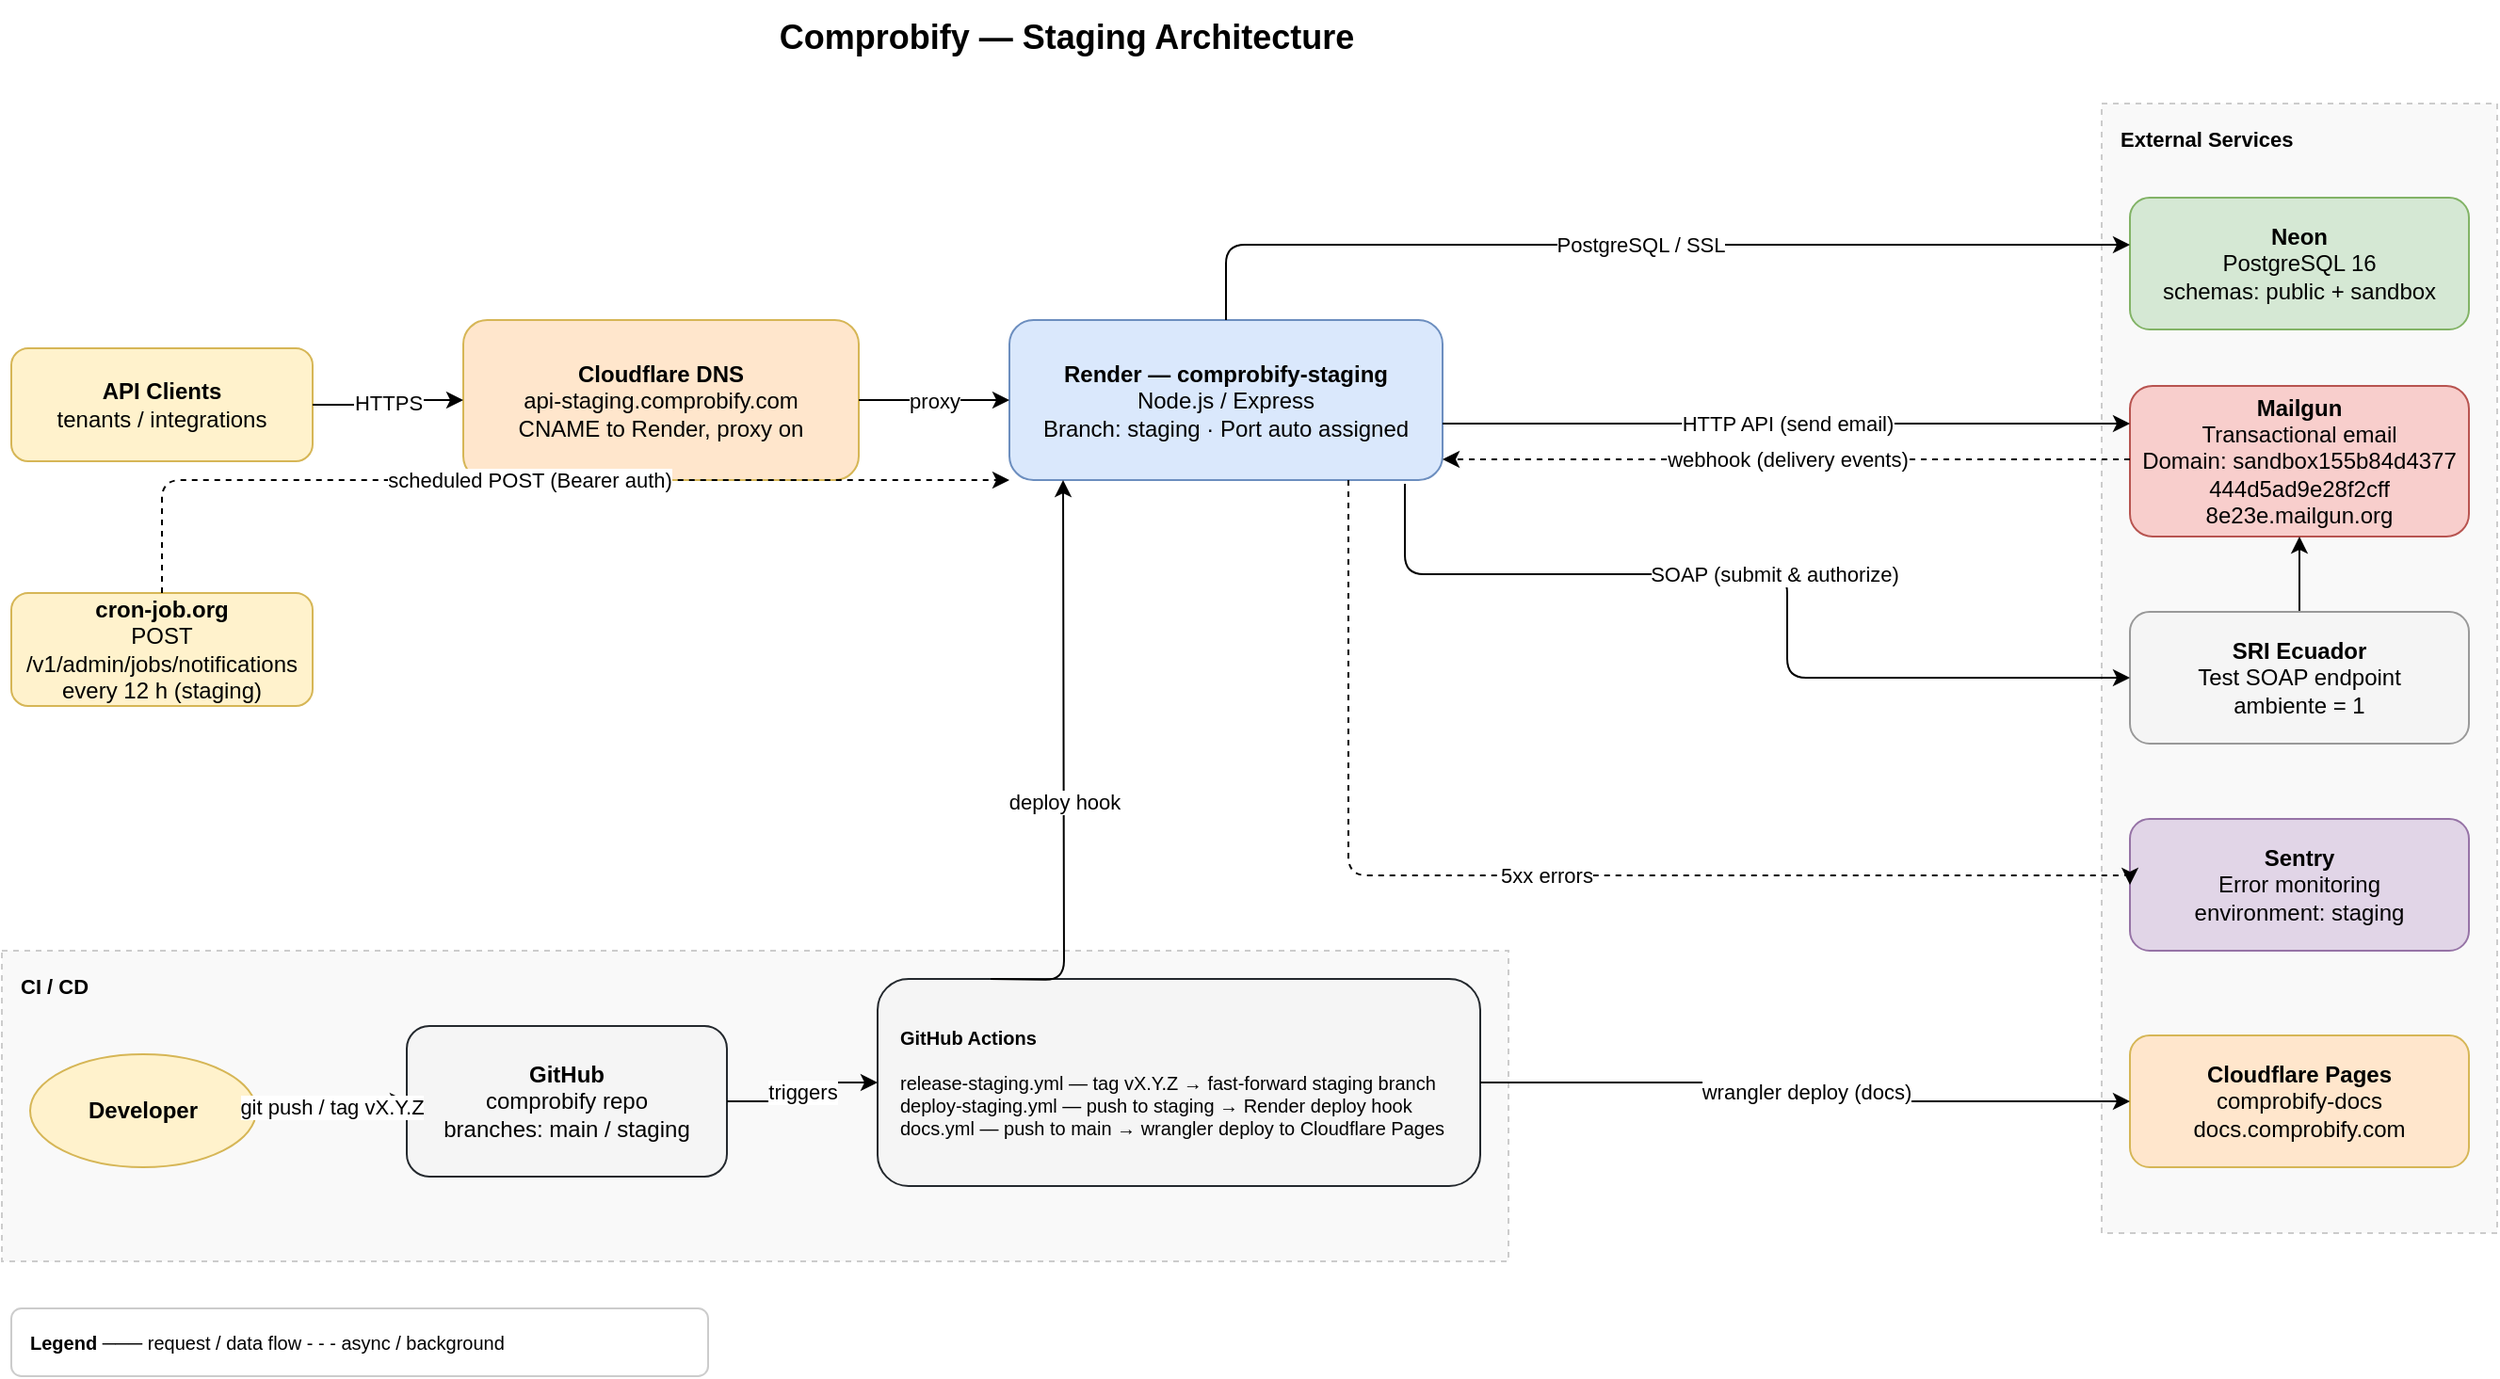
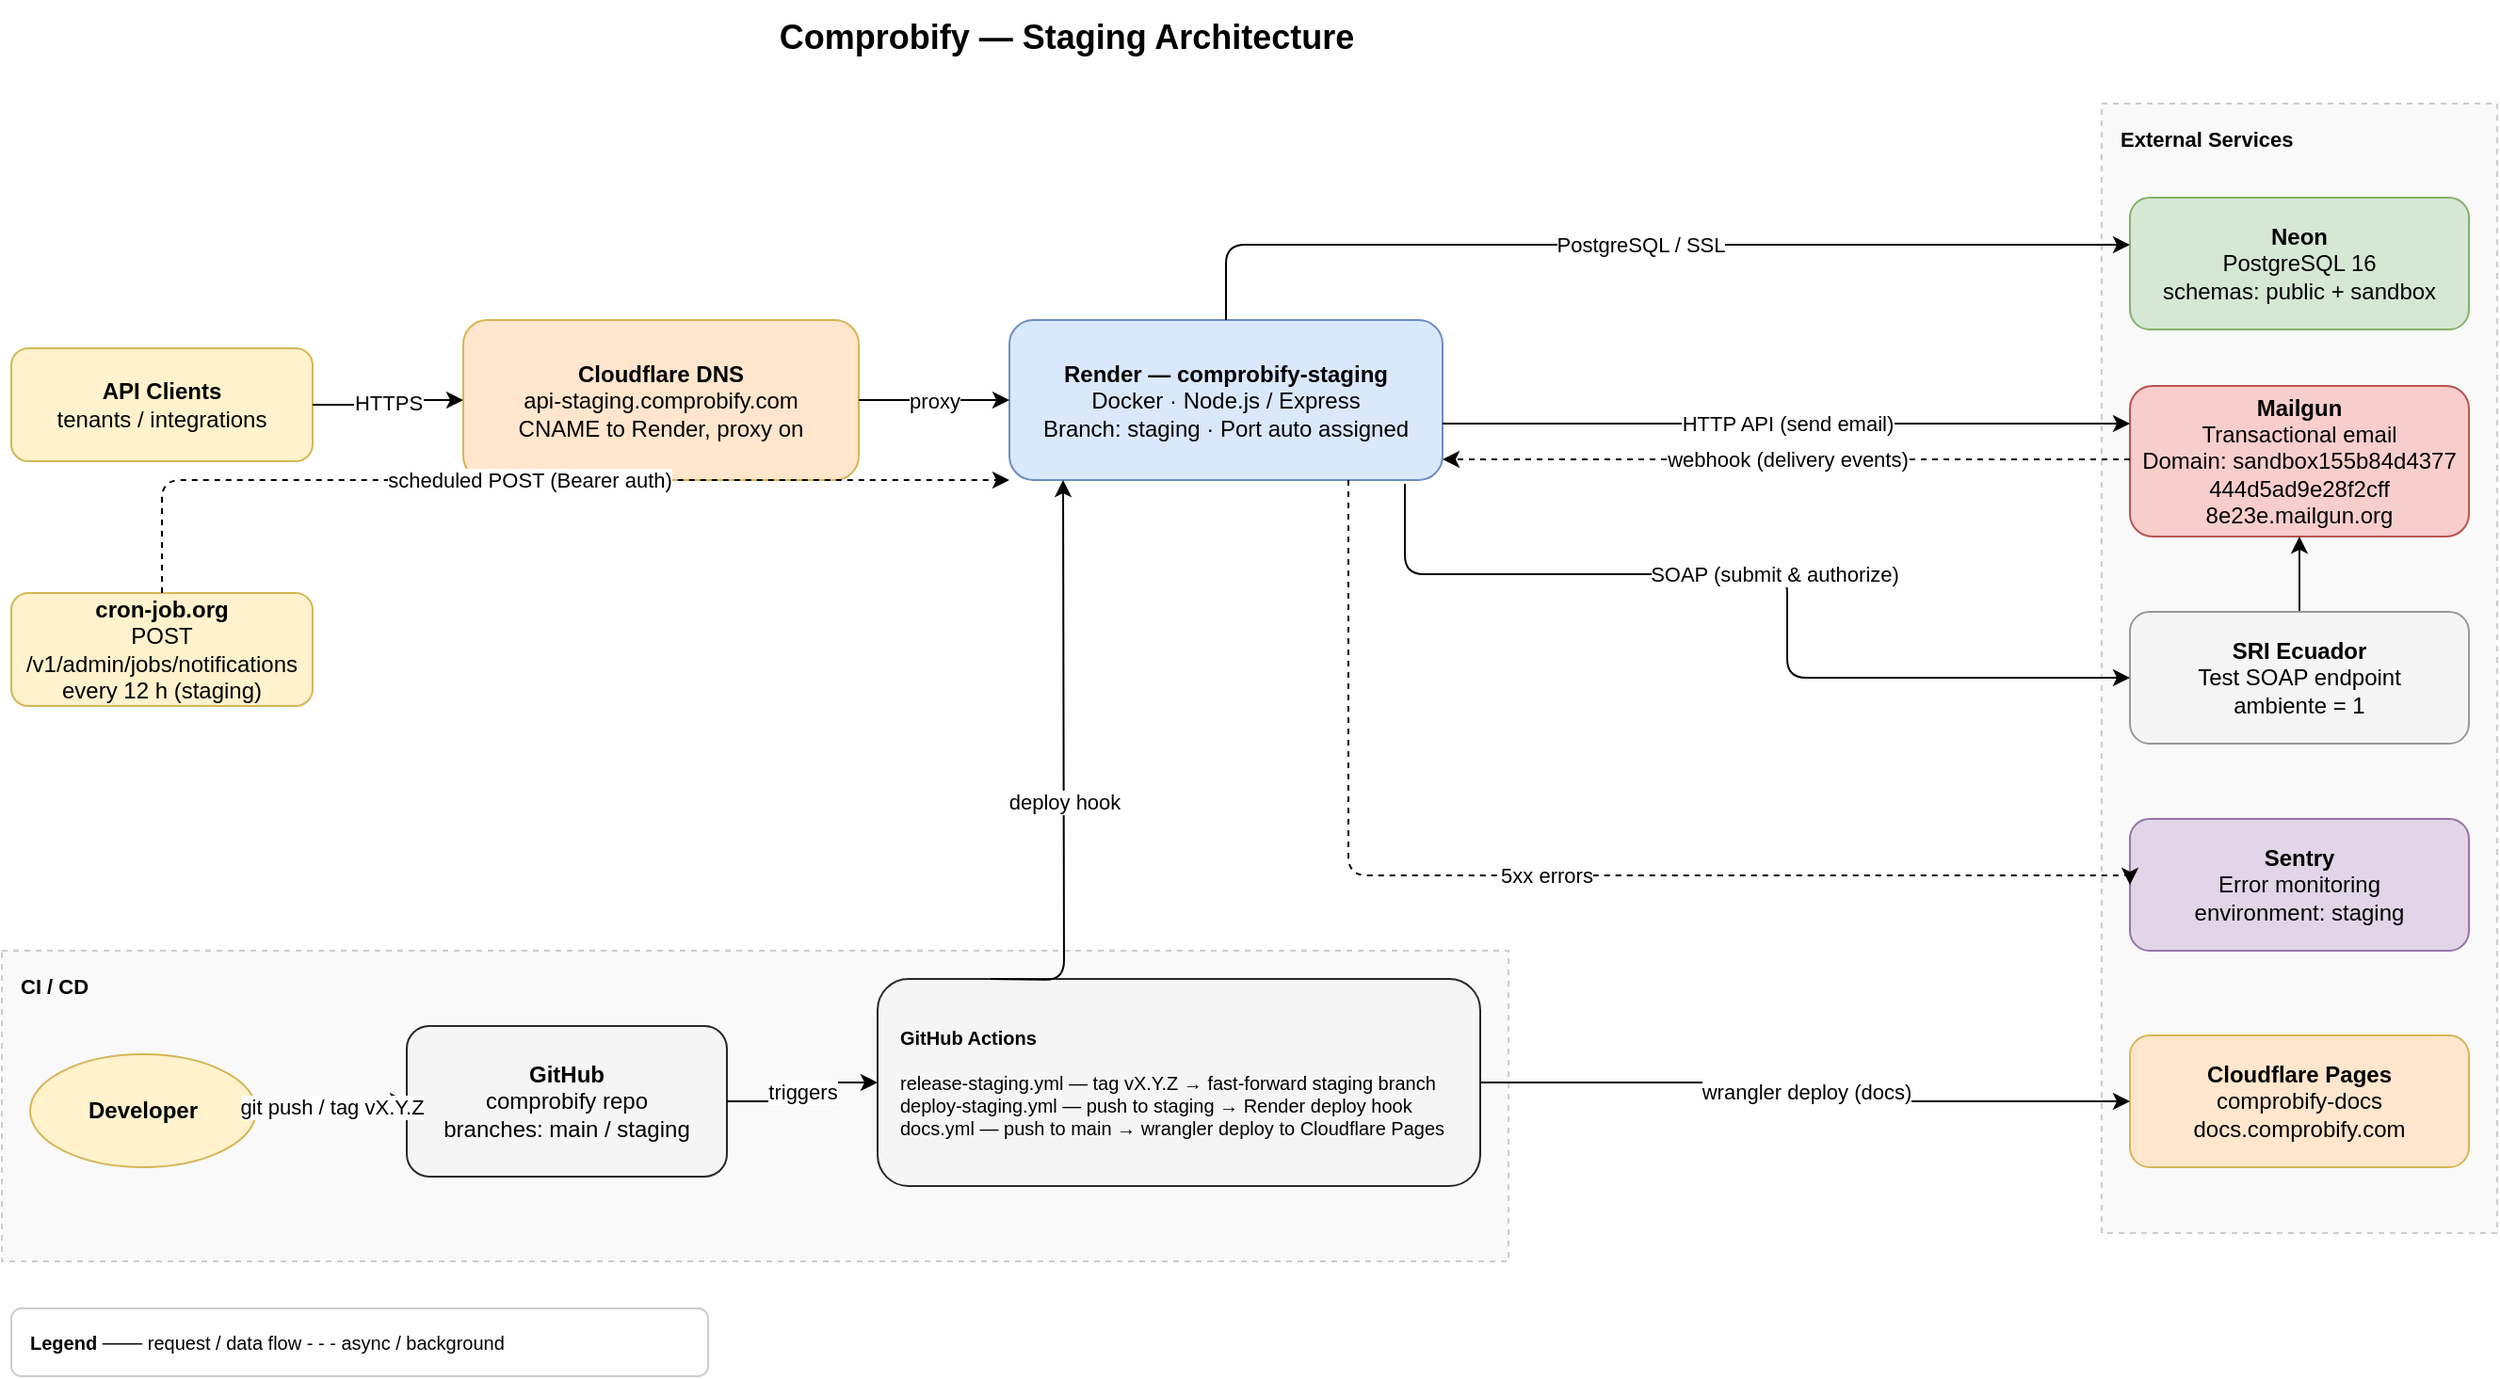
<mxfile host="app.diagrams.net">
  <diagram name="Staging Architecture" id="7UkjYN3cqqxy8C60ASo-">
    <mxGraphModel grid="1" page="1" gridSize="10" guides="1" tooltips="1" connect="1" arrows="1" fold="1" pageScale="1" pageWidth="827" pageHeight="1169" math="0" shadow="0">
      <root>
        <mxCell id="0" />
        <mxCell id="1" parent="0" />
        <mxCell id="iyyHeRbHeA1ESX64Fu_m-55" parent="1" style="text;html=1;strokeColor=none;fillColor=none;align=center;verticalAlign=middle;fontSize=18;fontStyle=1;" value="Comprobify — Staging Architecture" vertex="1">
          <mxGeometry height="40" width="480" x="380" y="15" as="geometry" />
        </mxCell>
        <mxCell id="iyyHeRbHeA1ESX64Fu_m-56" parent="1" style="text;html=1;align=left;verticalAlign=top;fontSize=11;fontStyle=1;strokeColor=#cccccc;fillColor=#f9f9f9;dashed=1;spacingLeft=8;spacingTop=6;" value="CI / CD" vertex="1">
          <mxGeometry height="165" width="800" x="55" y="520" as="geometry" />
        </mxCell>
        <mxCell id="iyyHeRbHeA1ESX64Fu_m-57" parent="1" style="text;html=1;align=left;verticalAlign=top;fontSize=11;fontStyle=1;strokeColor=#cccccc;fillColor=#f9f9f9;dashed=1;spacingLeft=8;spacingTop=6;" value="External Services" vertex="1">
          <mxGeometry height="600" width="210" x="1170" y="70" as="geometry" />
        </mxCell>
        <mxCell id="iyyHeRbHeA1ESX64Fu_m-58" parent="1" style="rounded=1;whiteSpace=wrap;html=1;fillColor=#fff2cc;strokeColor=#d6b656;" value="&lt;b&gt;API Clients&lt;/b&gt;&lt;br/&gt;tenants / integrations" vertex="1">
          <mxGeometry height="60" width="160" x="60" y="200" as="geometry" />
        </mxCell>
        <mxCell id="iyyHeRbHeA1ESX64Fu_m-59" parent="1" style="rounded=1;whiteSpace=wrap;html=1;fillColor=#ffe6cc;strokeColor=#d6b656;" value="&lt;b&gt;Cloudflare DNS&lt;/b&gt;&lt;br/&gt;api-staging.comprobify.com&lt;br/&gt;CNAME to Render, proxy on" vertex="1">
          <mxGeometry height="85" width="210" x="300" y="185" as="geometry" />
        </mxCell>
-         <mxCell id="iyyHeRbHeA1ESX64Fu_m-60" parent="1" style="rounded=1;whiteSpace=wrap;html=1;fillColor=#dae8fc;strokeColor=#6c8ebf;" value="&lt;b&gt;Render — comprobify-staging&lt;/b&gt;&lt;br&gt;Node.js / Express&lt;br&gt;Branch: staging · Port auto assigned" vertex="1">
+         <mxCell id="iyyHeRbHeA1ESX64Fu_m-60" parent="1" style="rounded=1;whiteSpace=wrap;html=1;fillColor=#dae8fc;strokeColor=#6c8ebf;" value="&lt;b&gt;Render — comprobify-staging&lt;/b&gt;&lt;br&gt;Docker · Node.js / Express&lt;br&gt;Branch: staging · Port auto assigned" vertex="1">
          <mxGeometry height="85" width="230" x="590" y="185" as="geometry" />
        </mxCell>
        <mxCell id="iyyHeRbHeA1ESX64Fu_m-61" parent="1" style="rounded=1;whiteSpace=wrap;html=1;fillColor=#d5e8d4;strokeColor=#82b366;" value="&lt;b&gt;Neon&lt;/b&gt;&lt;br/&gt;PostgreSQL 16&lt;br/&gt;schemas: public + sandbox" vertex="1">
          <mxGeometry height="70" width="180" x="1185" y="120" as="geometry" />
        </mxCell>
        <mxCell id="iyyHeRbHeA1ESX64Fu_m-62" parent="1" style="rounded=1;whiteSpace=wrap;html=1;fillColor=#f8cecc;strokeColor=#b85450;" value="&lt;b&gt;Mailgun&lt;/b&gt;&lt;br&gt;Transactional email&lt;br&gt;Domain:&amp;nbsp;sandbox155b84d4377&lt;div&gt;444d5ad9e28f2cff&lt;/div&gt;&lt;div&gt;8e23e.mailgun.org&lt;/div&gt;" vertex="1">
          <mxGeometry height="80" width="180" x="1185" y="220" as="geometry" />
        </mxCell>
        <mxCell id="iyyHeRbHeA1ESX64Fu_m-83" edge="1" parent="1" source="iyyHeRbHeA1ESX64Fu_m-63" style="edgeStyle=orthogonalEdgeStyle;rounded=0;orthogonalLoop=1;jettySize=auto;html=1;" target="iyyHeRbHeA1ESX64Fu_m-62" value="">
          <mxGeometry relative="1" as="geometry" />
        </mxCell>
        <mxCell id="iyyHeRbHeA1ESX64Fu_m-63" parent="1" style="rounded=1;whiteSpace=wrap;html=1;fillColor=#f5f5f5;strokeColor=#999999;" value="&lt;b&gt;SRI Ecuador&lt;/b&gt;&lt;br/&gt;Test SOAP endpoint&lt;br/&gt;ambiente = 1" vertex="1">
          <mxGeometry height="70" width="180" x="1185" y="340" as="geometry" />
        </mxCell>
        <mxCell id="iyyHeRbHeA1ESX64Fu_m-64" parent="1" style="rounded=1;whiteSpace=wrap;html=1;fillColor=#e1d5e7;strokeColor=#9673a6;" value="&lt;b&gt;Sentry&lt;/b&gt;&lt;br/&gt;Error monitoring&lt;br/&gt;environment: staging" vertex="1">
          <mxGeometry height="70" width="180" x="1185" y="450" as="geometry" />
        </mxCell>
        <mxCell id="iyyHeRbHeA1ESX64Fu_m-65" parent="1" style="rounded=1;whiteSpace=wrap;html=1;fillColor=#ffe6cc;strokeColor=#d6b656;" value="&lt;b&gt;Cloudflare Pages&lt;/b&gt;&lt;br/&gt;comprobify-docs&lt;br/&gt;docs.comprobify.com" vertex="1">
          <mxGeometry height="70" width="180" x="1185" y="565" as="geometry" />
        </mxCell>
        <mxCell id="iyyHeRbHeA1ESX64Fu_m-66" parent="1" style="ellipse;whiteSpace=wrap;html=1;fillColor=#fff2cc;strokeColor=#d6b656;" value="&lt;b&gt;Developer&lt;/b&gt;" vertex="1">
          <mxGeometry height="60" width="120" x="70" y="575" as="geometry" />
        </mxCell>
        <mxCell id="iyyHeRbHeA1ESX64Fu_m-67" parent="1" style="rounded=1;whiteSpace=wrap;html=1;fillColor=#f5f5f5;strokeColor=#24292e;" value="&lt;b&gt;GitHub&lt;/b&gt;&lt;br/&gt;comprobify repo&lt;br/&gt;branches: main / staging" vertex="1">
          <mxGeometry height="80" width="170" x="270" y="560" as="geometry" />
        </mxCell>
        <mxCell id="iyyHeRbHeA1ESX64Fu_m-68" parent="1" style="rounded=1;whiteSpace=wrap;html=1;fillColor=#f5f5f5;strokeColor=#24292e;align=left;spacingLeft=10;fontSize=10;" value="&lt;b&gt;GitHub Actions&lt;/b&gt;&lt;br/&gt;&lt;br/&gt;release-staging.yml — tag vX.Y.Z  →  fast-forward staging branch&lt;br/&gt;deploy-staging.yml — push to staging  →  Render deploy hook&lt;br/&gt;docs.yml — push to main  →  wrangler deploy to Cloudflare Pages" vertex="1">
          <mxGeometry height="110" width="320" x="520" y="535" as="geometry" />
        </mxCell>
        <mxCell id="cron-job-org-node" parent="1" style="rounded=1;whiteSpace=wrap;html=1;fillColor=#fff2cc;strokeColor=#d6b656;" value="&lt;b&gt;cron-job.org&lt;/b&gt;&lt;br/&gt;POST /v1/admin/jobs/notifications&lt;br/&gt;every 12 h (staging)" vertex="1">
          <mxGeometry height="60" width="160" x="60" y="330" as="geometry" />
        </mxCell>
        <mxCell id="iyyHeRbHeA1ESX64Fu_m-69" edge="1" parent="1" source="iyyHeRbHeA1ESX64Fu_m-58" style="edgeStyle=orthogonalEdgeStyle;html=1;" target="iyyHeRbHeA1ESX64Fu_m-59" value="HTTPS">
          <mxGeometry relative="1" as="geometry" />
        </mxCell>
        <mxCell id="iyyHeRbHeA1ESX64Fu_m-70" edge="1" parent="1" source="iyyHeRbHeA1ESX64Fu_m-59" style="edgeStyle=orthogonalEdgeStyle;html=1;" target="iyyHeRbHeA1ESX64Fu_m-60" value="proxy">
          <mxGeometry relative="1" as="geometry" />
        </mxCell>
        <mxCell id="iyyHeRbHeA1ESX64Fu_m-71" edge="1" parent="1" source="iyyHeRbHeA1ESX64Fu_m-60" style="edgeStyle=orthogonalEdgeStyle;html=1;" target="iyyHeRbHeA1ESX64Fu_m-61" value="PostgreSQL / SSL">
          <mxGeometry relative="1" as="geometry">
            <Array as="points">
              <mxPoint x="705" y="145" />
            </Array>
          </mxGeometry>
        </mxCell>
        <mxCell id="iyyHeRbHeA1ESX64Fu_m-72" edge="1" parent="1" source="iyyHeRbHeA1ESX64Fu_m-60" style="edgeStyle=orthogonalEdgeStyle;html=1;" target="iyyHeRbHeA1ESX64Fu_m-62" value="HTTP API (send email)">
          <mxGeometry relative="1" as="geometry">
            <Array as="points">
              <mxPoint x="1040" y="240" />
              <mxPoint x="1040" y="240" />
            </Array>
          </mxGeometry>
        </mxCell>
        <mxCell id="iyyHeRbHeA1ESX64Fu_m-73" edge="1" parent="1" style="edgeStyle=orthogonalEdgeStyle;html=1;dashed=1;" value="webhook (delivery events)">
          <mxGeometry relative="1" as="geometry">
            <Array as="points">
              <mxPoint x="1185" y="259" />
            </Array>
            <mxPoint x="1185" y="259" as="sourcePoint" />
            <mxPoint x="820" y="259" as="targetPoint" />
          </mxGeometry>
        </mxCell>
        <mxCell id="iyyHeRbHeA1ESX64Fu_m-74" edge="1" parent="1" source="iyyHeRbHeA1ESX64Fu_m-60" style="edgeStyle=orthogonalEdgeStyle;html=1;entryX=0;entryY=0.5;entryDx=0;entryDy=0;exitX=0.913;exitY=1.024;exitDx=0;exitDy=0;exitPerimeter=0;" target="iyyHeRbHeA1ESX64Fu_m-63" value="SOAP (submit &amp; authorize)">
          <mxGeometry relative="1" as="geometry">
            <Array as="points">
              <mxPoint x="800" y="320" />
              <mxPoint x="1003" y="320" />
              <mxPoint x="1003" y="375" />
            </Array>
            <mxPoint x="800" y="290" as="sourcePoint" />
            <mxPoint x="1185" y="395" as="targetPoint" />
          </mxGeometry>
        </mxCell>
        <mxCell id="iyyHeRbHeA1ESX64Fu_m-75" edge="1" parent="1" source="iyyHeRbHeA1ESX64Fu_m-60" style="edgeStyle=orthogonalEdgeStyle;html=1;dashed=1;entryX=0;entryY=0.5;entryDx=0;entryDy=0;" target="iyyHeRbHeA1ESX64Fu_m-64" value="5xx errors">
          <mxGeometry relative="1" as="geometry">
            <Array as="points">
              <mxPoint x="770" y="480" />
              <mxPoint x="1185" y="480" />
            </Array>
            <mxPoint x="1185" y="523" as="targetPoint" />
          </mxGeometry>
        </mxCell>
        <mxCell id="iyyHeRbHeA1ESX64Fu_m-76" edge="1" parent="1" source="iyyHeRbHeA1ESX64Fu_m-66" style="edgeStyle=orthogonalEdgeStyle;html=1;" target="iyyHeRbHeA1ESX64Fu_m-67" value="git push / tag vX.Y.Z">
          <mxGeometry relative="1" as="geometry" />
        </mxCell>
        <mxCell id="iyyHeRbHeA1ESX64Fu_m-77" edge="1" parent="1" source="iyyHeRbHeA1ESX64Fu_m-67" style="edgeStyle=orthogonalEdgeStyle;html=1;" target="iyyHeRbHeA1ESX64Fu_m-68" value="triggers">
          <mxGeometry relative="1" as="geometry" />
        </mxCell>
        <mxCell id="iyyHeRbHeA1ESX64Fu_m-78" edge="1" parent="1" style="edgeStyle=orthogonalEdgeStyle;html=1;exitX=0.35;exitY=0;exitDx=0;exitDy=0;entryX=0.35;entryY=1;entryDx=0;entryDy=0;" value="deploy hook">
          <mxGeometry relative="1" x="-0.1203" as="geometry">
            <mxPoint as="offset" />
            <mxPoint x="580" y="535" as="sourcePoint" />
            <mxPoint x="618.5" y="270" as="targetPoint" />
          </mxGeometry>
        </mxCell>
        <mxCell id="iyyHeRbHeA1ESX64Fu_m-80" edge="1" parent="1" source="iyyHeRbHeA1ESX64Fu_m-68" style="edgeStyle=orthogonalEdgeStyle;html=1;" target="iyyHeRbHeA1ESX64Fu_m-65" value="wrangler deploy (docs)">
          <mxGeometry relative="1" as="geometry" />
        </mxCell>
        <mxCell id="cron-job-org-edge" edge="1" parent="1" source="cron-job-org-node" style="edgeStyle=orthogonalEdgeStyle;html=1;dashed=1;" target="iyyHeRbHeA1ESX64Fu_m-60" value="scheduled POST (Bearer auth)">
          <mxGeometry relative="1" as="geometry">
            <Array as="points">
              <mxPoint x="140" y="270" />
              <mxPoint x="590" y="270" />
            </Array>
          </mxGeometry>
        </mxCell>
        <mxCell id="iyyHeRbHeA1ESX64Fu_m-81" parent="1" style="text;html=1;strokeColor=#cccccc;fillColor=#ffffff;align=left;verticalAlign=middle;whiteSpace=wrap;rounded=1;fontSize=10;spacingLeft=8;" value="&lt;b&gt;Legend&lt;/b&gt;   ─── request / data flow     - - -  async / background" vertex="1">
          <mxGeometry height="36" width="370" x="60" y="710" as="geometry" />
        </mxCell>
      </root>
    </mxGraphModel>
  </diagram>
</mxfile>
